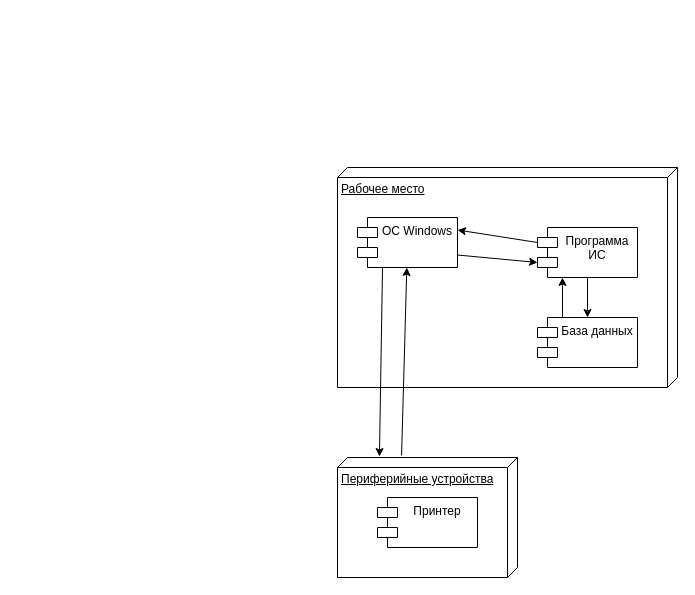
Above: Листопадова/Диаграмма развертывания.drawio in stanislaumich/diplom2024 (draw.io), before the change. Source tidied: cells renumbered, new cells numbered last; positions are measured from the earlier drawing's top-left corner, leaving out a move shared by most shapes. Both pictures are drawn from the tidied source at 100%, with x=0, y=0 at pixel (337, 167).
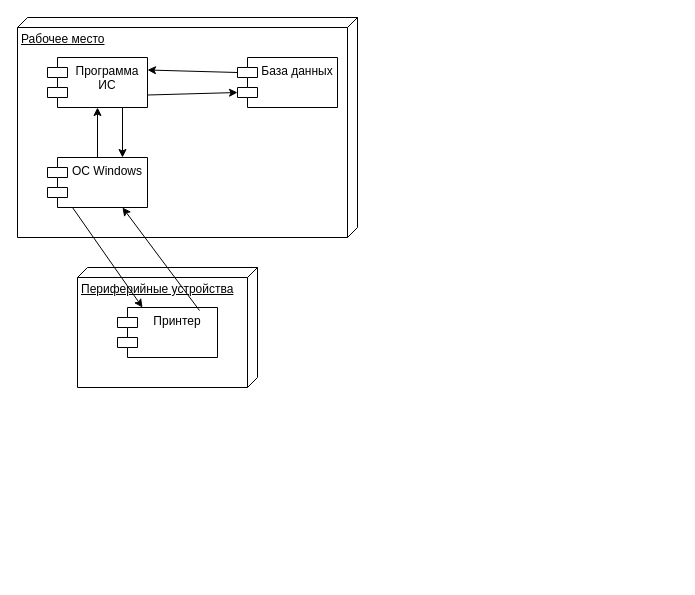
The same diagram, later.

Change to the diagram source:
```diff
@@
 <mxGraphModel>
   <root>
     <mxCell id="0" />
     <mxCell id="1" parent="0" />
     <mxCell id="2" value="Рабочее место" style="verticalAlign=top;align=left;spacingTop=8;spacingLeft=2;spacingRight=12;shape=cube;size=10;direction=south;fontStyle=4;html=1;whiteSpace=wrap;" parent="1" vertex="1">
-      <mxGeometry width="340" height="220" as="geometry" />
+      <mxGeometry x="-320" y="-150" width="340" height="220" as="geometry" />
     </mxCell>
     <mxCell id="3" style="group;" parent="1" vertex="1">
-      <mxGeometry y="290" width="180" height="120" as="geometry" />
+      <mxGeometry x="-260" y="100" width="180" height="120" as="geometry" />
     </mxCell>
     <mxCell id="4" value="Периферийные устройства" style="verticalAlign=top;align=left;spacingTop=8;spacingLeft=2;spacingRight=12;shape=cube;size=10;direction=south;fontStyle=4;html=1;whiteSpace=wrap;" parent="3" vertex="1">
       <mxGeometry width="180" height="120" as="geometry" />
     </mxCell>
     <mxCell id="5" value="Принтер" style="shape=module;align=left;spacingLeft=20;align=center;verticalAlign=top;whiteSpace=wrap;html=1;" parent="3" vertex="1">
       <mxGeometry x="40" y="40" width="100" height="50" as="geometry" />
     </mxCell>
     <mxCell id="6" value="ОС Windows" style="shape=module;align=left;spacingLeft=20;align=center;verticalAlign=top;whiteSpace=wrap;html=1;" parent="1" vertex="1">
-      <mxGeometry x="20" y="50" width="100" height="50" as="geometry" />
+      <mxGeometry x="-290" y="-10" width="100" height="50" as="geometry" />
     </mxCell>
     <mxCell id="7" value="Программа ИС" style="shape=module;align=left;spacingLeft=20;align=center;verticalAlign=top;whiteSpace=wrap;html=1;" parent="1" vertex="1">
-      <mxGeometry x="200" y="60" width="100" height="50" as="geometry" />
+      <mxGeometry x="-290" y="-110" width="100" height="50" as="geometry" />
     </mxCell>
     <mxCell id="8" value="База данных" style="shape=module;align=left;spacingLeft=20;align=center;verticalAlign=top;whiteSpace=wrap;html=1;" parent="1" vertex="1">
-      <mxGeometry x="200" y="150" width="100" height="50" as="geometry" />
+      <mxGeometry x="-100" y="-110" width="100" height="50" as="geometry" />
     </mxCell>
-    <mxCell id="9" style="endArrow=classic;html=1;rounded=0;exitX=0.25;exitY=1;exitDx=0;exitDy=0;entryX=-0.008;entryY=0.767;entryDx=0;entryDy=0;entryPerimeter=0;" parent="1" edge="1" source="6" target="4">
+    <mxCell id="9" style="endArrow=classic;html=1;rounded=0;exitX=0.25;exitY=1;exitDx=0;exitDy=0;entryX=0.25;entryY=0;entryDx=0;entryDy=0;" parent="1" edge="1" source="6" target="5">
       <mxGeometry relative="1" as="geometry" />
     </mxCell>
-    <mxCell id="10" style="endArrow=classic;html=1;rounded=0;exitX=-0.017;exitY=0.644;exitDx=0;exitDy=0;exitPerimeter=0;" parent="1" edge="1" source="4" target="6">
+    <mxCell id="10" style="endArrow=classic;html=1;rounded=0;exitX=0.82;exitY=0.06;exitDx=0;exitDy=0;exitPerimeter=0;entryX=0.75;entryY=1;entryDx=0;entryDy=0;" parent="1" edge="1" source="5" target="6">
       <mxGeometry relative="1" as="geometry" />
     </mxCell>
-    <mxCell id="11" style="endArrow=classic;html=1;rounded=0;exitX=1;exitY=0.75;exitDx=0;exitDy=0;entryX=0;entryY=0;entryDx=0;entryDy=35;entryPerimeter=0;" parent="1" edge="1" source="6" target="7">
+    <mxCell id="11" style="endArrow=classic;html=1;rounded=0;exitX=0.5;exitY=0;exitDx=0;exitDy=0;entryX=0.5;entryY=1;entryDx=0;entryDy=0;" parent="1" edge="1" source="6" target="7">
       <mxGeometry relative="1" as="geometry" />
     </mxCell>
-    <mxCell id="12" style="endArrow=classic;html=1;rounded=0;entryX=1;entryY=0.25;entryDx=0;entryDy=0;exitX=0;exitY=0;exitDx=0;exitDy=15;exitPerimeter=0;" parent="1" edge="1" source="7" target="6">
+    <mxCell id="12" style="endArrow=classic;html=1;rounded=0;entryX=0.75;entryY=0;entryDx=0;entryDy=0;exitX=0.75;exitY=1;exitDx=0;exitDy=0;" parent="1" edge="1" source="7" target="6">
       <mxGeometry relative="1" as="geometry" />
     </mxCell>
-    <mxCell id="13" style="endArrow=classic;html=1;rounded=0;exitX=0.25;exitY=0;exitDx=0;exitDy=0;entryX=0.25;entryY=1;entryDx=0;entryDy=0;" parent="1" edge="1" source="8" target="7">
+    <mxCell id="13" style="endArrow=classic;html=1;rounded=0;exitX=0;exitY=0;exitDx=0;exitDy=15;entryX=1;entryY=0.25;entryDx=0;entryDy=0;exitPerimeter=0;" parent="1" edge="1" source="8" target="7">
       <mxGeometry relative="1" as="geometry" />
     </mxCell>
-    <mxCell id="14" style="endArrow=classic;html=1;rounded=0;exitX=0.5;exitY=1;exitDx=0;exitDy=0;entryX=0.5;entryY=0;entryDx=0;entryDy=0;" parent="1" edge="1" source="7" target="8">
+    <mxCell id="14" style="endArrow=classic;html=1;rounded=0;exitX=1;exitY=0.75;exitDx=0;exitDy=0;entryX=0;entryY=0;entryDx=0;entryDy=35;entryPerimeter=0;" parent="1" edge="1" source="7" target="8">
       <mxGeometry relative="1" as="geometry" />
     </mxCell>
   </root>
 </mxGraphModel>
```
